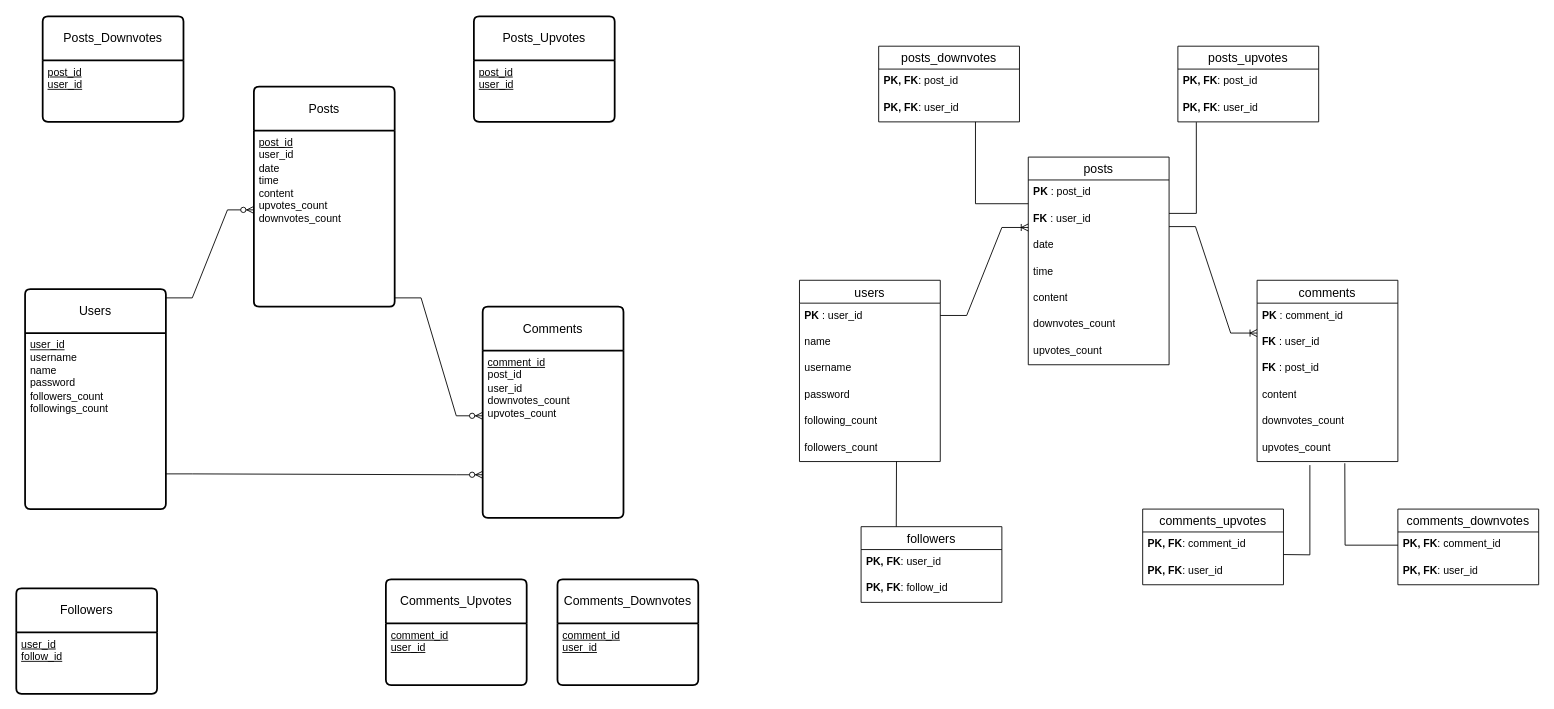
This is Untitled Diagram.drawio from Parshav97/Draw.io, a draw.io file, before an edit. Source tidied: cells renumbered, new cells numbered last; positions are measured from the earlier drawing's top-left corner, leaving out a move shared by most shapes. Both pictures are drawn from the tidied source at 88%, with x=0, y=0 at pixel (16, 16).
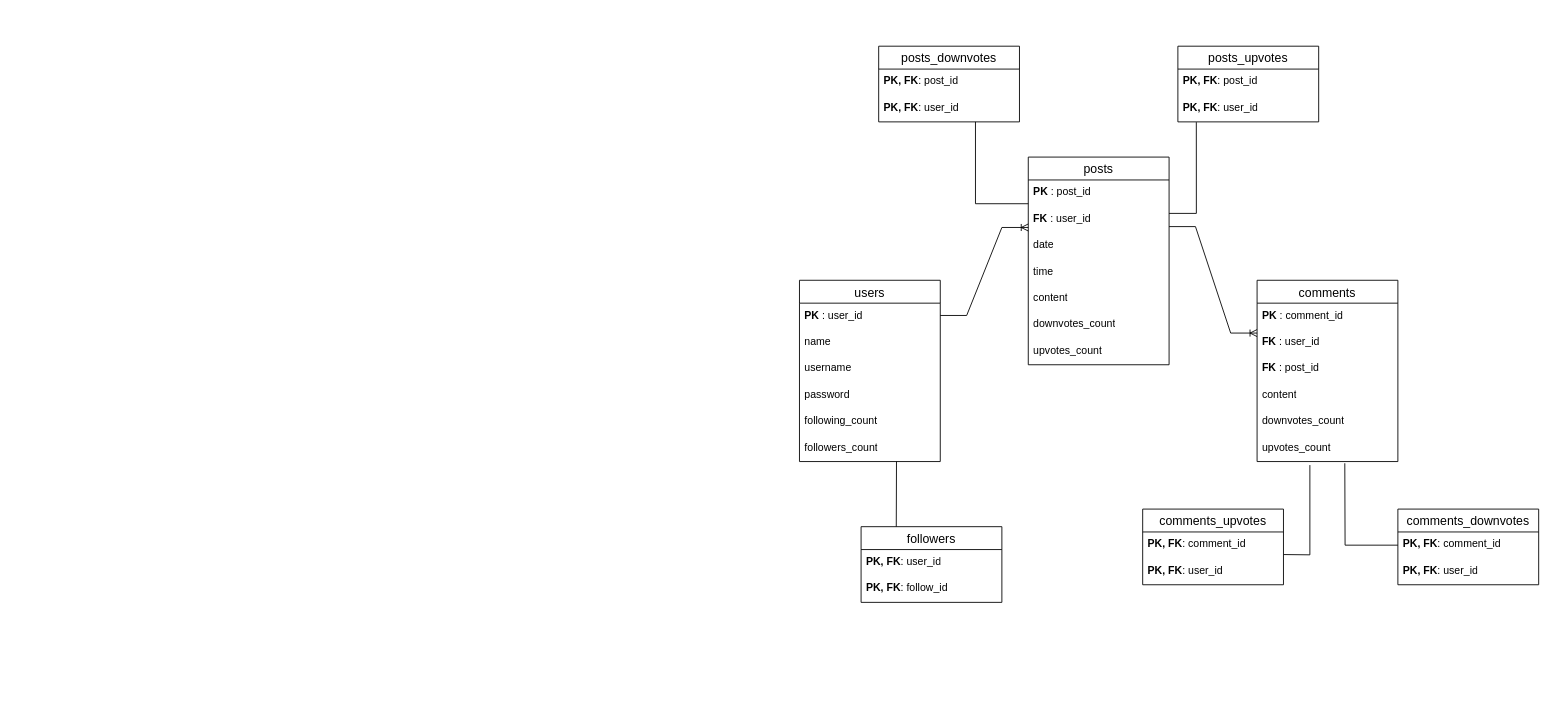
After the change.

Commit message (it also covers changes not shown here):
Database Schema

Diff of the diagram source:
```diff
@@
-    <mxCell id="2" value="Users" style="swimlane;horizontal=1;startSize=50;rounded=1;fontSize=14;fontStyle=0;strokeWidth=2;shadow=0;dashed=0;align=center;arcSize=4;whiteSpace=wrap;html=1;" parent="1" vertex="1">
-      <mxGeometry x="10" y="310" width="160" height="250" as="geometry" />
-    </mxCell>
-    <mxCell id="3" value="&lt;u&gt;user_id&lt;/u&gt;&lt;br&gt;username&lt;br&gt;name&lt;br&gt;password&lt;br&gt;followers_count&lt;br&gt;followings_count" style="align=left;strokeColor=none;fillColor=none;spacingLeft=4;fontSize=12;verticalAlign=top;html=1;" parent="2" vertex="1">
-      <mxGeometry y="50" width="160" height="200" as="geometry" />
-    </mxCell>
-    <mxCell id="4" value="Posts" style="swimlane;horizontal=1;startSize=50;rounded=1;fontSize=14;fontStyle=0;strokeWidth=2;shadow=0;dashed=0;align=center;arcSize=4;whiteSpace=wrap;html=1;" parent="1" vertex="1">
-      <mxGeometry x="270" y="80" width="160" height="250" as="geometry" />
-    </mxCell>
-    <mxCell id="5" value="&lt;u&gt;post_id&lt;/u&gt;&lt;br&gt;user_id&lt;br&gt;date&lt;br&gt;time&lt;br&gt;content&lt;br&gt;upvotes_count&lt;br&gt;downvotes_count" style="align=left;strokeColor=none;fillColor=none;spacingLeft=4;fontSize=12;verticalAlign=top;html=1;" parent="4" vertex="1">
-      <mxGeometry y="50" width="160" height="200" as="geometry" />
-    </mxCell>
-    <mxCell id="6" value="Comments" style="swimlane;horizontal=1;startSize=50;rounded=1;fontSize=14;fontStyle=0;strokeWidth=2;shadow=0;dashed=0;align=center;arcSize=4;whiteSpace=wrap;html=1;" parent="1" vertex="1">
-      <mxGeometry x="530" y="330" width="160" height="240" as="geometry" />
-    </mxCell>
-    <mxCell id="7" value="&lt;u&gt;comment_id&lt;br&gt;&lt;/u&gt;post_id&lt;br&gt;user_id&lt;br&gt;downvotes_count&lt;br&gt;upvotes_count" style="align=left;strokeColor=none;fillColor=none;spacingLeft=4;fontSize=12;verticalAlign=top;html=1;" parent="6" vertex="1">
-      <mxGeometry y="50" width="160" height="190" as="geometry" />
-    </mxCell>
-    <mxCell id="8" style="edgeStyle=entityRelationEdgeStyle;fontSize=12;html=1;endArrow=ERzeroToMany;endFill=1;rounded=0;" parent="1" edge="1">
-      <mxGeometry relative="1" as="geometry">
-        <mxPoint x="170" y="320" as="sourcePoint" />
-        <mxPoint x="270" y="220" as="targetPoint" />
-      </mxGeometry>
-    </mxCell>
-    <mxCell id="9" style="edgeStyle=entityRelationEdgeStyle;fontSize=12;html=1;endArrow=ERzeroToMany;endFill=1;rounded=0;" parent="1" edge="1">
-      <mxGeometry relative="1" as="geometry">
-        <mxPoint x="430" y="320" as="sourcePoint" />
-        <mxPoint x="530" y="454" as="targetPoint" />
-      </mxGeometry>
-    </mxCell>
-    <mxCell id="10" style="edgeStyle=entityRelationEdgeStyle;fontSize=12;html=1;endArrow=ERzeroToMany;endFill=1;rounded=0;" parent="1" edge="1">
-      <mxGeometry relative="1" as="geometry">
-        <mxPoint x="170" y="520" as="sourcePoint" />
-        <mxPoint x="530" y="521" as="targetPoint" />
-      </mxGeometry>
-    </mxCell>
-    <mxCell id="11" value="Comments_Upvotes" style="swimlane;horizontal=1;startSize=50;rounded=1;fontSize=14;fontStyle=0;strokeWidth=2;shadow=0;dashed=0;align=center;arcSize=4;whiteSpace=wrap;html=1;" parent="1" vertex="1">
-      <mxGeometry x="420" y="640" width="160" height="120" as="geometry" />
-    </mxCell>
-    <mxCell id="12" value="&lt;u&gt;comment_id&lt;br&gt;user_id&lt;/u&gt;" style="align=left;strokeColor=none;fillColor=none;spacingLeft=4;fontSize=12;verticalAlign=top;html=1;" parent="11" vertex="1">
-      <mxGeometry y="50" width="160" height="70" as="geometry" />
-    </mxCell>
-    <mxCell id="13" value="Comments_Downvotes" style="swimlane;horizontal=1;startSize=50;rounded=1;fontSize=14;fontStyle=0;strokeWidth=2;shadow=0;dashed=0;align=center;arcSize=4;whiteSpace=wrap;html=1;" parent="1" vertex="1">
-      <mxGeometry x="615" y="640" width="160" height="120" as="geometry" />
-    </mxCell>
-    <mxCell id="14" value="&lt;u&gt;comment_id&lt;br&gt;user_id&lt;/u&gt;" style="align=left;strokeColor=none;fillColor=none;spacingLeft=4;fontSize=12;verticalAlign=top;html=1;" parent="13" vertex="1">
-      <mxGeometry y="50" width="160" height="70" as="geometry" />
-    </mxCell>
-    <mxCell id="15" value="Posts_Downvotes" style="swimlane;horizontal=1;startSize=50;rounded=1;fontSize=14;fontStyle=0;strokeWidth=2;shadow=0;dashed=0;align=center;arcSize=4;whiteSpace=wrap;html=1;" parent="1" vertex="1">
-      <mxGeometry x="30" width="160" height="120" as="geometry" />
-    </mxCell>
-    <mxCell id="16" value="&lt;u&gt;post_id&lt;br&gt;user_id&lt;/u&gt;" style="align=left;strokeColor=none;fillColor=none;spacingLeft=4;fontSize=12;verticalAlign=top;html=1;" parent="15" vertex="1">
-      <mxGeometry y="50" width="160" height="70" as="geometry" />
-    </mxCell>
-    <mxCell id="17" value="Posts_Upvotes" style="swimlane;horizontal=1;startSize=50;rounded=1;fontSize=14;fontStyle=0;strokeWidth=2;shadow=0;dashed=0;align=center;arcSize=4;whiteSpace=wrap;html=1;" parent="1" vertex="1">
-      <mxGeometry x="520" width="160" height="120" as="geometry" />
-    </mxCell>
-    <mxCell id="18" value="&lt;u&gt;post_id&lt;br&gt;user_id&lt;/u&gt;" style="align=left;strokeColor=none;fillColor=none;spacingLeft=4;fontSize=12;verticalAlign=top;html=1;" parent="17" vertex="1">
-      <mxGeometry y="50" width="160" height="70" as="geometry" />
-    </mxCell>
-    <mxCell id="19" value="Followers" style="swimlane;horizontal=1;startSize=50;rounded=1;fontSize=14;fontStyle=0;strokeWidth=2;shadow=0;dashed=0;align=center;arcSize=4;whiteSpace=wrap;html=1;" parent="1" vertex="1">
-      <mxGeometry y="650" width="160" height="120" as="geometry" />
-    </mxCell>
-    <mxCell id="20" value="&lt;u&gt;user_id&lt;br&gt;follow_id&lt;/u&gt;" style="align=left;strokeColor=none;fillColor=none;spacingLeft=4;fontSize=12;verticalAlign=top;html=1;" parent="19" vertex="1">
-      <mxGeometry y="50" width="160" height="70" as="geometry" />
-    </mxCell>
```
